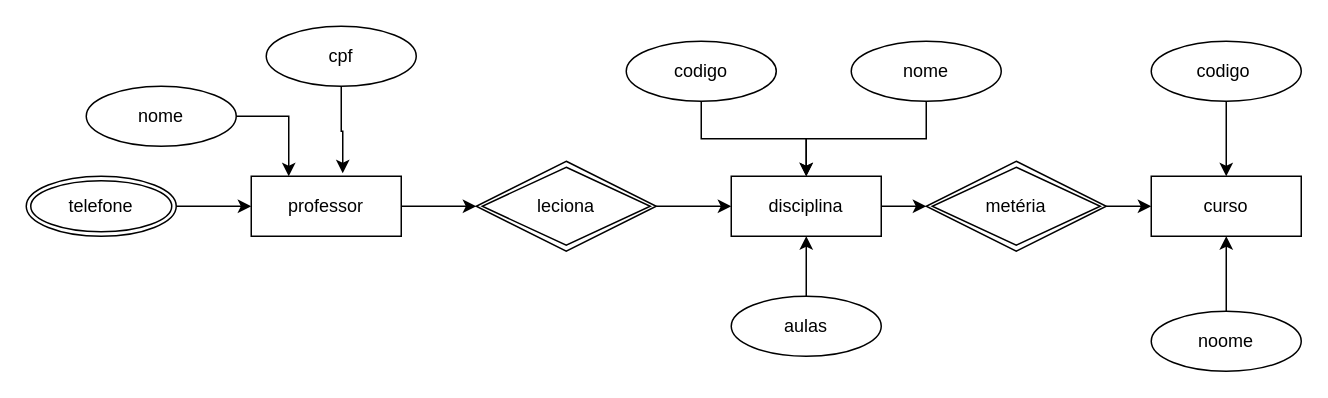
This is Modelagem Sistemas/aula008/Professor e diciplinas.drawio from GabrielMazzuchello/SATC-Curso-tecnico, a draw.io file, before an edit. Source tidied: cells renumbered, new cells numbered last; positions are measured from the earlier drawing's top-left corner, leaving out a move shared by most shapes. Both pictures are drawn from the tidied source at 150%, with x=0, y=0 at pixel (26, 26).
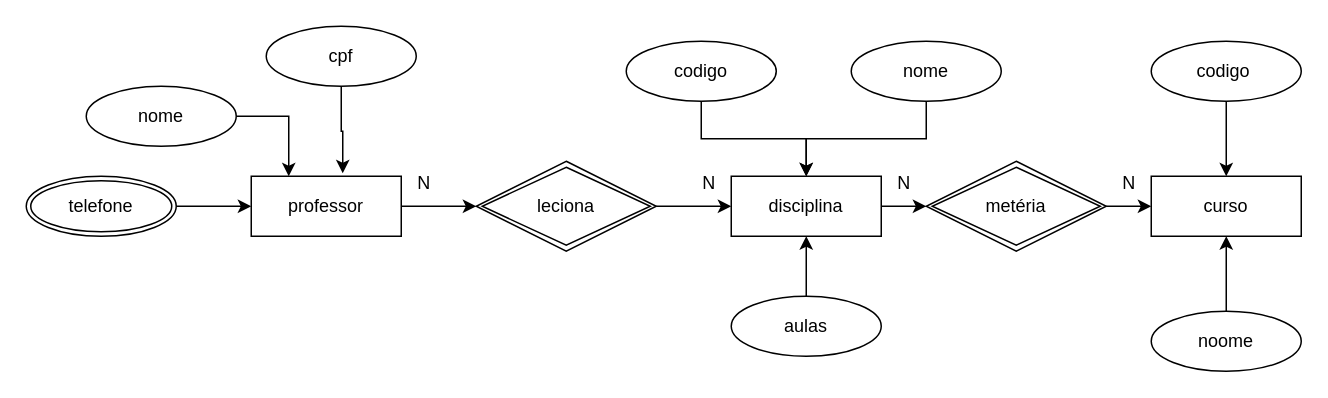
After the change.

The edit, as a diff of the source:
```diff
@@
+    <mxCell id="27" value="N" style="text;html=1;align=center;verticalAlign=middle;strokeColor=none;fillColor=none;" parent="1" vertex="1">
+      <mxGeometry x="440" y="90" width="30" height="30" as="geometry" />
+    </mxCell>
+    <mxCell id="28" value="N" style="text;html=1;align=center;verticalAlign=middle;strokeColor=none;fillColor=none;" parent="1" vertex="1">
+      <mxGeometry x="250" y="90" width="30" height="30" as="geometry" />
+    </mxCell>
+    <mxCell id="29" value="N" style="text;html=1;align=center;verticalAlign=middle;strokeColor=none;fillColor=none;" parent="1" vertex="1">
+      <mxGeometry x="720" y="90" width="30" height="30" as="geometry" />
+    </mxCell>
+    <mxCell id="30" value="N" style="text;html=1;align=center;verticalAlign=middle;strokeColor=none;fillColor=none;" parent="1" vertex="1">
+      <mxGeometry x="570" y="90" width="30" height="30" as="geometry" />
+    </mxCell>
```
